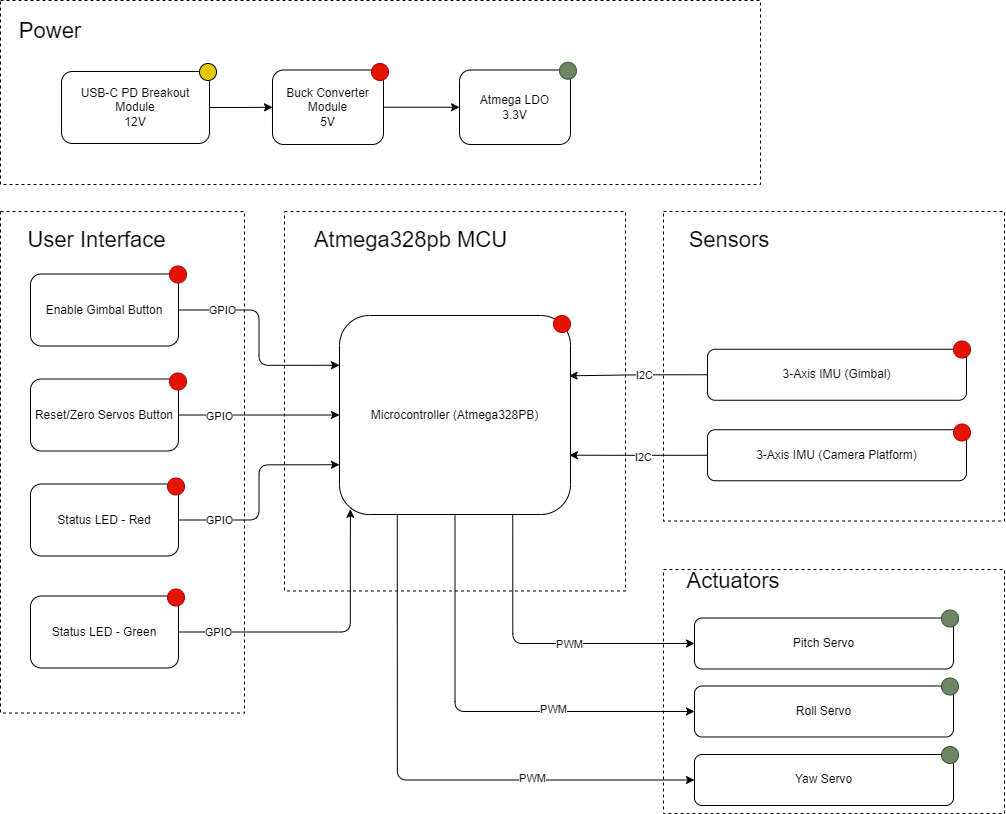
This is Images/System Block Diagram.drawio.png from upenn-embedded/final-project-s26-t10, a draw.io export, as it was before one commit. Source tidied: cells renumbered, new cells last; positions are measured from the earlier drawing's top-left corner, leaving out a move shared by most shapes.
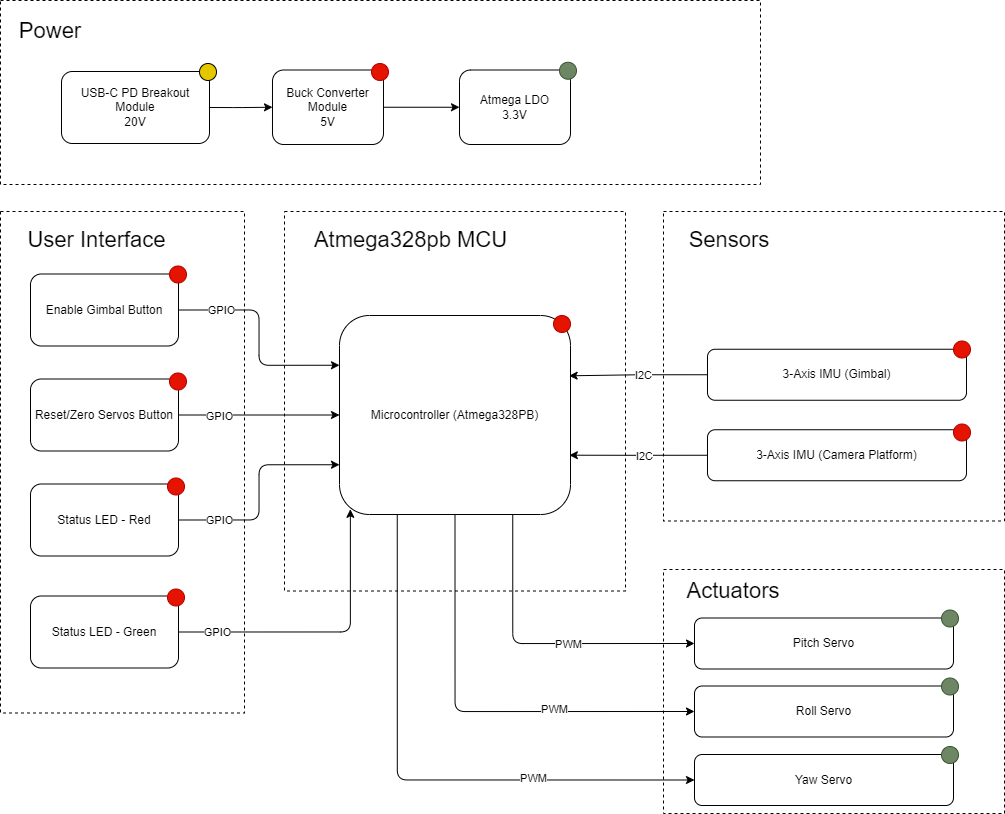
The same diagram one commit later.

Change to the diagram source:
```diff
@@ -14,7 +14,7 @@
     <mxCell id="5" style="edgeStyle=orthogonalEdgeStyle;jettySize=auto;html=1;exitX=1;exitY=0.5;exitDx=0;exitDy=0;entryX=0;entryY=0.5;entryDx=0;entryDy=0;" parent="1" edge="1" source="6" target="8">
       <mxGeometry relative="1" as="geometry" />
     </mxCell>
-    <mxCell id="6" value="USB-C PD Breakout Module&lt;div&gt;12V&lt;/div&gt;" style="rounded=1;whiteSpace=wrap;html=1;" parent="1" vertex="1">
+    <mxCell id="6" value="USB-C PD Breakout Module&lt;div&gt;20V&lt;/div&gt;" style="rounded=1;whiteSpace=wrap;html=1;" parent="1" vertex="1">
       <mxGeometry x="61" y="71" width="148" height="72" as="geometry" />
     </mxCell>
     <mxCell id="7" style="edgeStyle=orthogonalEdgeStyle;jettySize=auto;html=1;exitX=1;exitY=0.5;exitDx=0;exitDy=0;entryX=0;entryY=0.5;entryDx=0;entryDy=0;" parent="1" edge="1" source="8" target="46">
@@ -129,7 +129,7 @@
       <mxGeometry x="-0.07" y="1" relative="1" as="geometry" />
     </mxCell>
     <mxCell id="42" value="&lt;font style=&quot;font-size: 22px;&quot;&gt;Actuators&lt;/font&gt;" style="text;html=1;whiteSpace=wrap;strokeColor=none;fillColor=none;align=center;verticalAlign=middle;rounded=0;" parent="1" vertex="1">
-      <mxGeometry x="703" y="565.5" width="60" height="30" as="geometry" />
+      <mxGeometry x="703" y="575.5" width="60" height="30" as="geometry" />
     </mxCell>
     <mxCell id="43" value="&lt;div&gt;Pitch Servo&lt;/div&gt;" style="rounded=1;whiteSpace=wrap;html=1;" parent="1" vertex="1">
       <mxGeometry x="694" y="617.5" width="259" height="51" as="geometry" />
```
